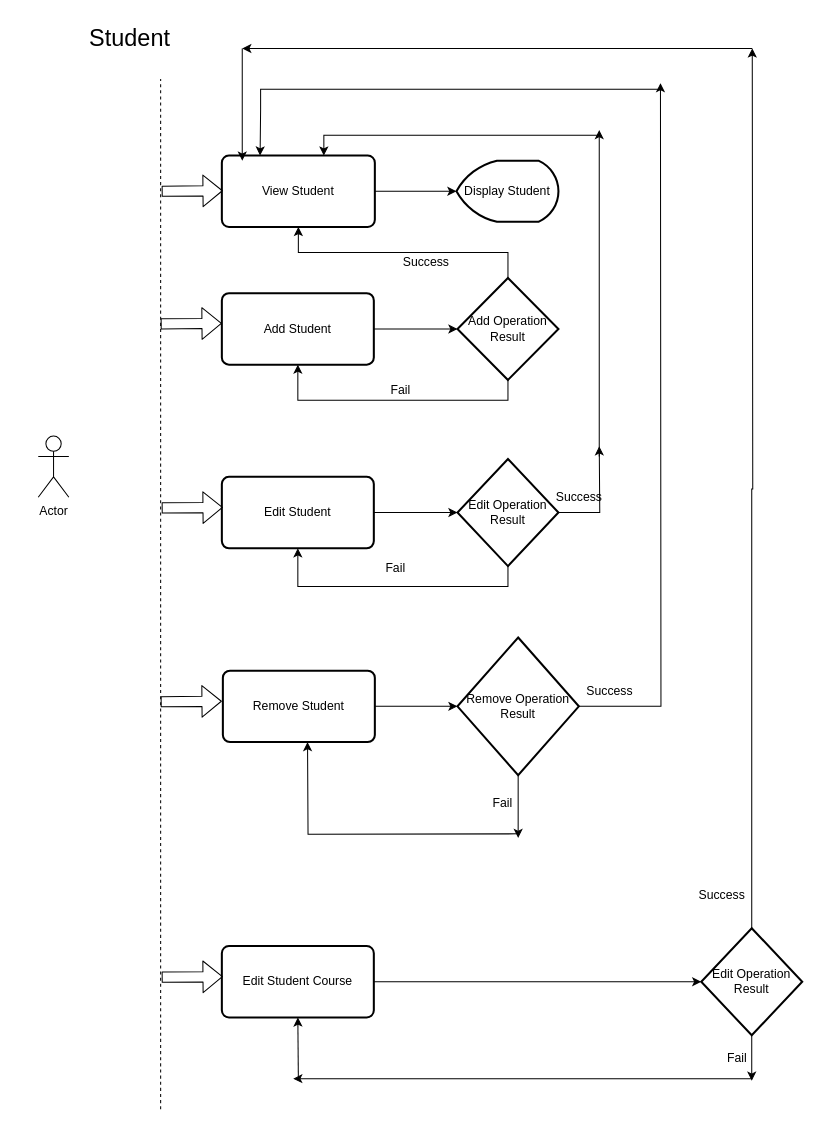
Earlier version of the draw.io diagram Diagrams/Student Dia.drawio (chicupatel-developer/University-Admin). Source tidied: cells renumbered, new cells numbered last; positions are measured from the earlier drawing's top-left corner, leaving out a move shared by most shapes. Both pictures are drawn from the tidied source at 102%, with x=0, y=0 at pixel (17, 17).
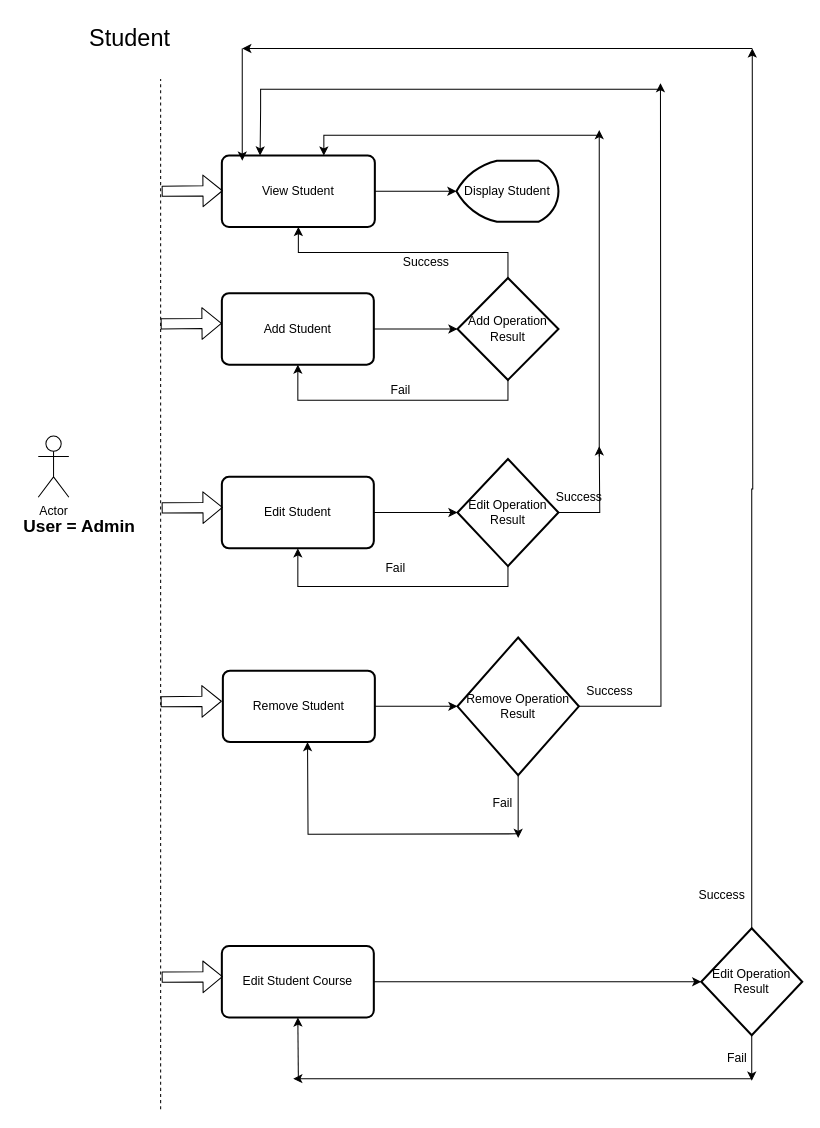
The same page after the edit.

The edit, as a diff of the source:
```diff
@@
+    <mxCell id="49" value="&lt;font style=&quot;font-size: 17px&quot;&gt;&lt;b&gt;User = Admin&lt;/b&gt;&lt;/font&gt;" style="text;html=1;align=center;verticalAlign=middle;strokeColor=none;" parent="1" vertex="1">
+      <mxGeometry y="490" width="120" height="20" as="geometry" />
+    </mxCell>
```
